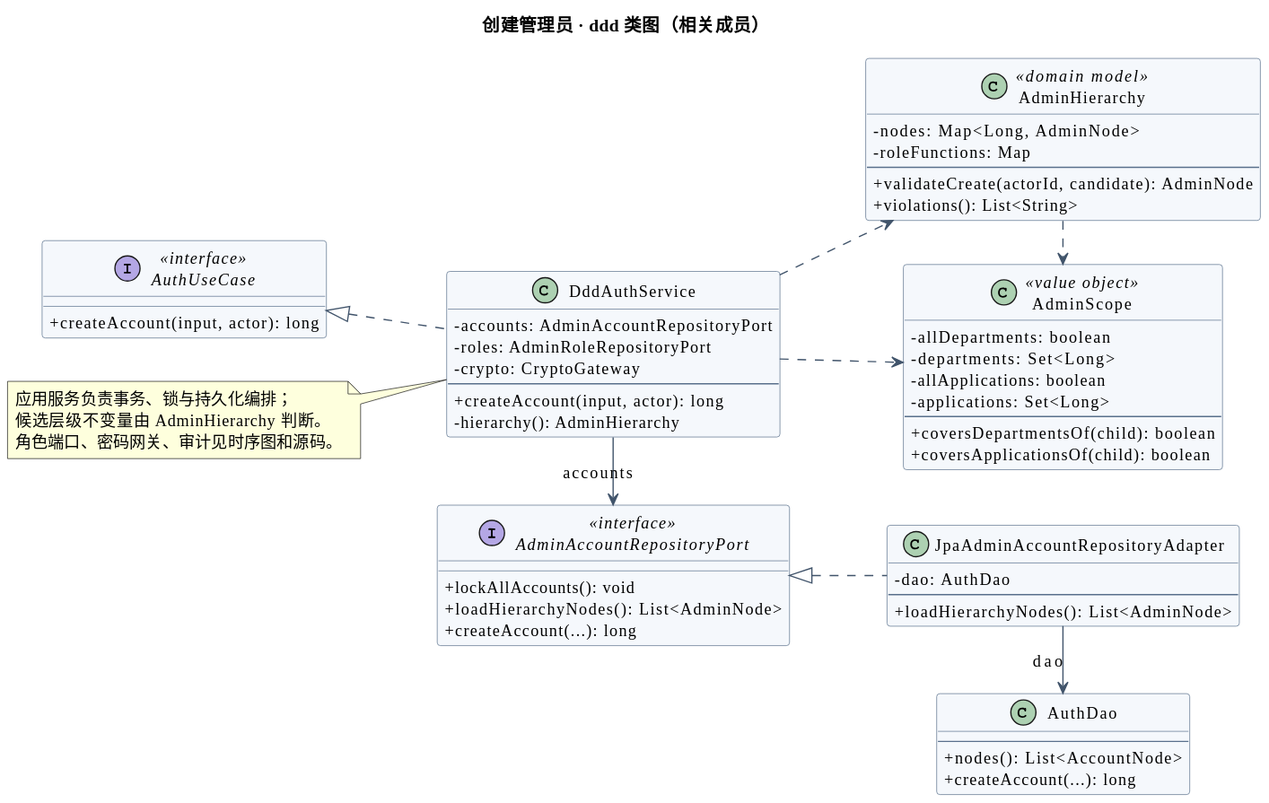
This is doc/uml/admin-account-ddd-class.svg from JiuQi79-BOT/MelonHub, a PlantUML export, as it was before one commit.
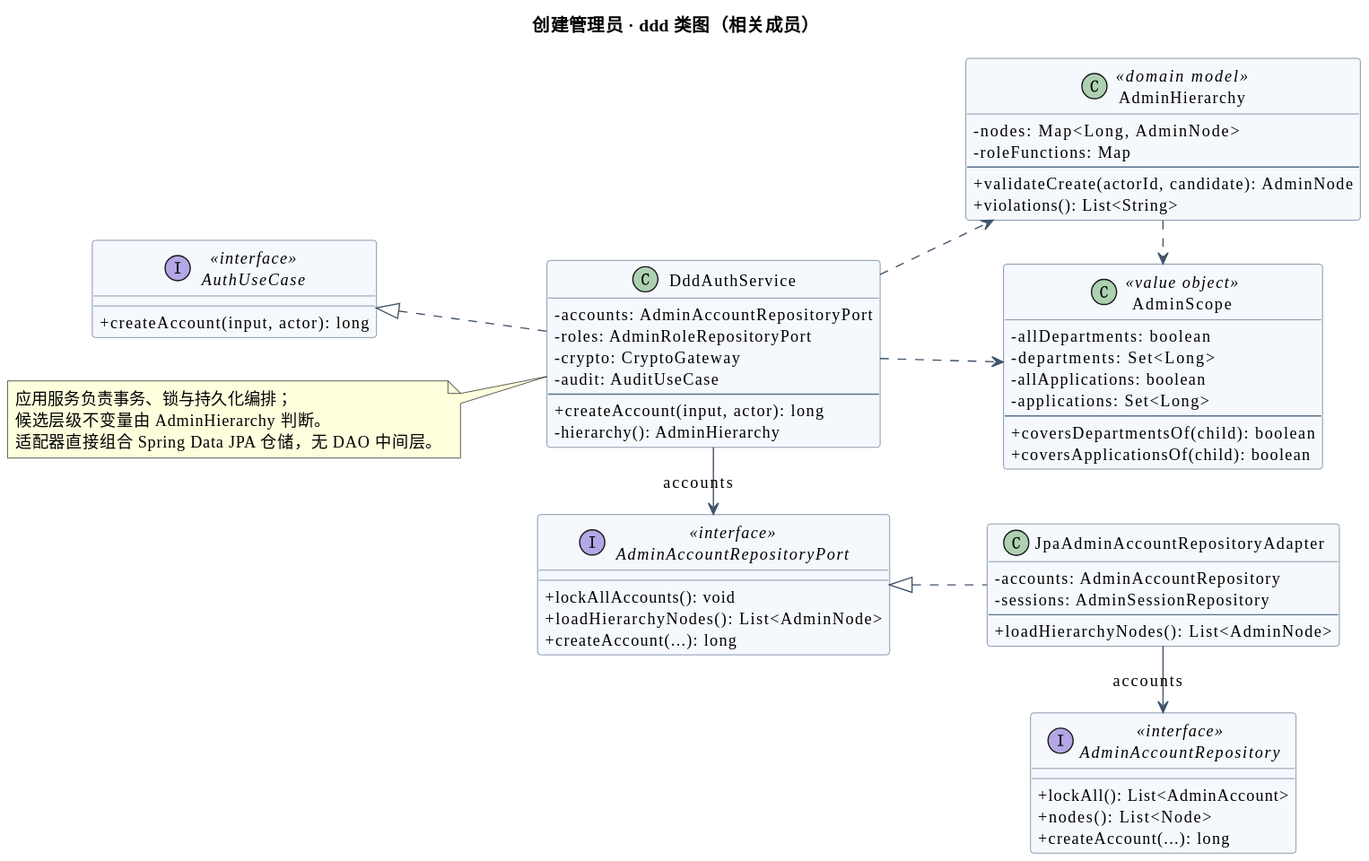
The same diagram one commit later.

Diff of the diagram source:
```diff
@@ -20,6 +20,7 @@
  - accounts: AdminAccountRepositoryPort
  - roles: AdminRoleRepositoryPort
  - crypto: CryptoGateway
+ - audit: AuditUseCase
  --
  + createAccount(input, actor): long
  - hierarchy(): AdminHierarchy
@@ -30,13 +31,14 @@
  + createAccount(...): long
 }
 class "JpaAdminAccountRepositoryAdapter" as A {
- - dao: AuthDao
+ - accounts: AdminAccountRepository
+ - sessions: AdminSessionRepository
  --
  + loadHierarchyNodes(): List<AdminNode>
 }
-class "AuthDao" as DAO {
- --
- + nodes(): List<AccountNode>
+interface "AdminAccountRepository" as Repo <<interface>> {
+ + lockAll(): List<AdminAccount>
+ + nodes(): List<Node>
  + createAccount(...): long
 }
 class "AdminHierarchy" as Tree <<domain model>> {
@@ -58,13 +60,13 @@
 S .up.|> U
 S -right-> R : accounts
 A .up.|> R
-A -right-> DAO : dao
+A -right-> Repo : accounts
 S .down.> Tree
 S .down.> Scope
 Tree .right.> Scope
 note left of S
 应用服务负责事务、锁与持久化编排；
 候选层级不变量由 AdminHierarchy 判断。
-角色端口、密码网关、审计见时序图和源码。
+适配器直接组合 Spring Data JPA 仓储，无 DAO 中间层。
 end note
 @enduml
```
